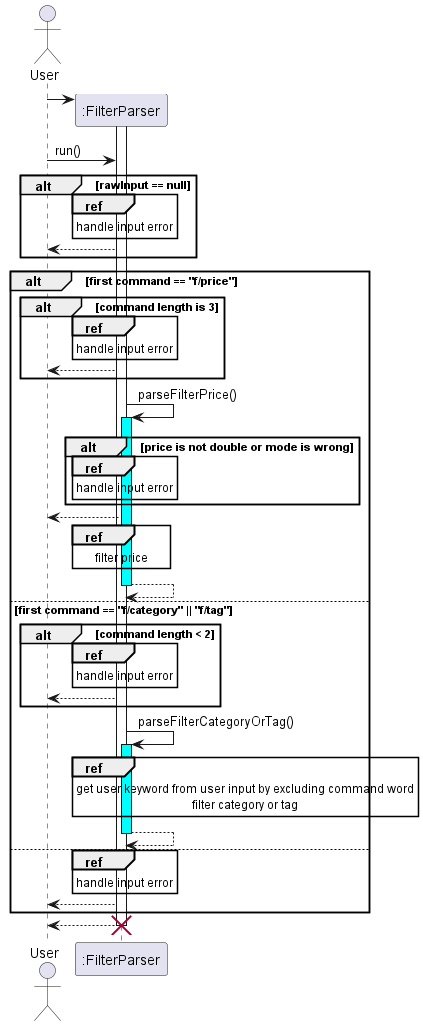
Earlier version of the PlantUML export docs/UML/Filter/FilterSequence.png (nus-cs2113-AY2223S2/tp). Source of this version:
```plantuml
@startuml

actor User
participant ":FilterParser"
User -> ":FilterParser" **
activate ":FilterParser"
User -> ":FilterParser": run()
alt rawInput == null
    ref over ":FilterParser"
        handle input error
    end ref
    ":FilterParser" --> User
end
alt first command == "f/price"
    alt command length is 3
        ref over ":FilterParser"
            handle input error
        end ref
        ":FilterParser" --> User
    end
    ":FilterParser" -> ":FilterParser": parseFilterPrice()
    activate ":FilterParser" #cyan
    alt price is not double or mode is wrong
        ref over ":FilterParser"
            handle input error
        end ref
    end
    ":FilterParser" --> User
    ref over ":FilterParser"
        filter price
    end ref
    return
else first command == "f/category" || "f/tag"
    alt command length < 2
        ref over ":FilterParser"
            handle input error
        end ref
        ":FilterParser" --> User
    end
    ":FilterParser" -> ":FilterParser": parseFilterCategoryOrTag()
    activate ":FilterParser" #cyan
    ref over ":FilterParser"
        get user keyword from user input by excluding command word
        filter category or tag
    end ref
    return
else
    ref over ":FilterParser"
        handle input error
    end ref
    ":FilterParser" --> User
end
return
destroy ":FilterParser"
@enduml
```
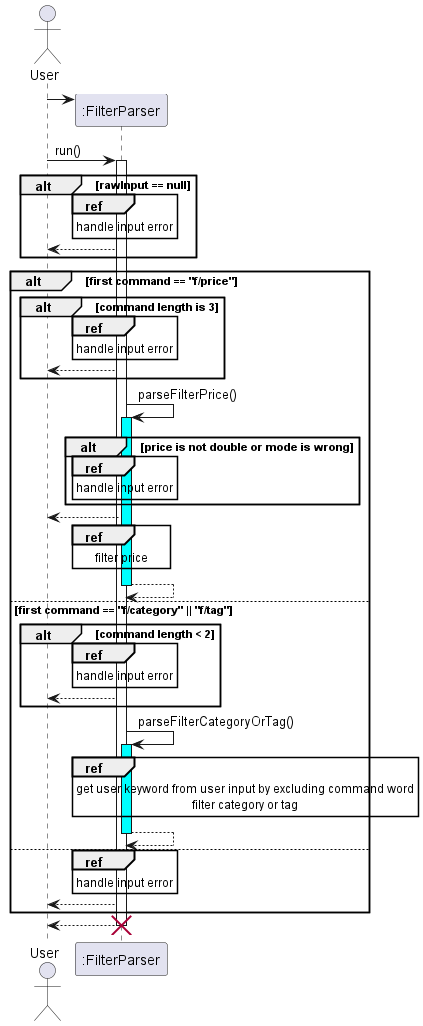
The same diagram one commit later.

Commit message:
Sequence diagram changes

The edit, as a diff of the source:
```diff
@@ -3,8 +3,9 @@
 actor User
 participant ":FilterParser"
 User -> ":FilterParser" **
+
+User -> ":FilterParser": run()
 activate ":FilterParser"
-User -> ":FilterParser": run()
 alt rawInput == null
     ref over ":FilterParser"
         handle input error
```
